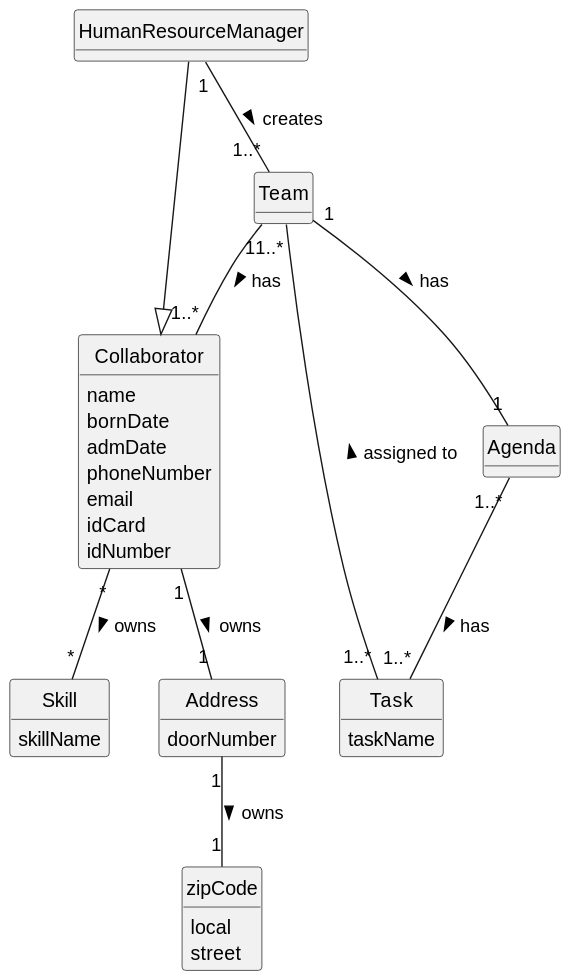
Earlier version of the PlantUML export docs/sprint2/us005/02.analysis/svg/us005-domain-model.svg (1231360-ISEP/lei-24-s2-1db-g021).
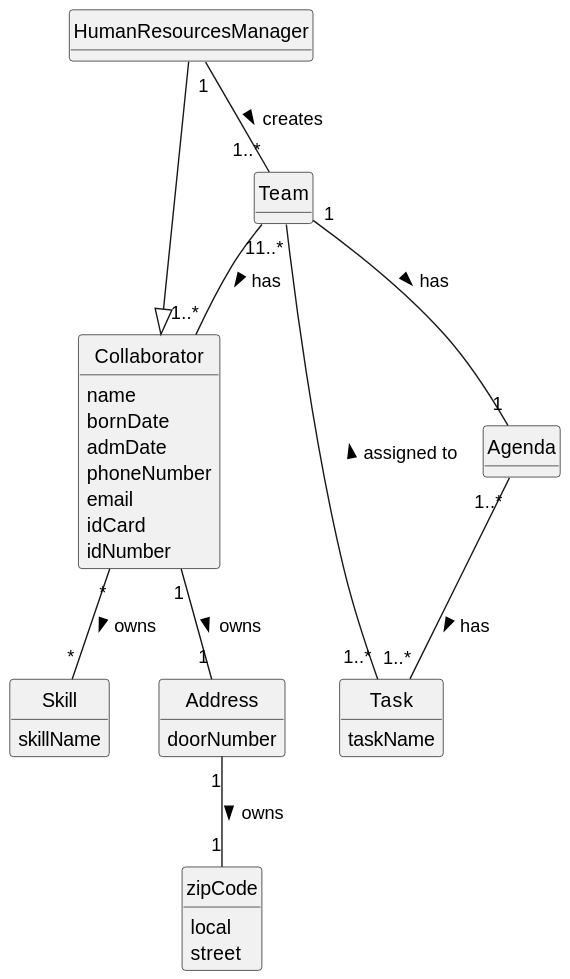
After the commit.

Diff of the diagram source:
```diff
@@ -9,7 +9,7 @@
 hide methods
 
 
-class HumanResourceManager {}
+class HumanResourcesManager {}
 
 class Skill {
     skillName
@@ -40,8 +40,8 @@
 
 class Team {}
 
-HumanResourceManager ---|> Collaborator
-HumanResourceManager "1" -- "1..*" Team : creates >
+HumanResourcesManager ---|> Collaborator
+HumanResourcesManager "1" -- "1..*" Team : creates >
 Collaborator "*" -- "*" Skill : owns >
 Collaborator "1" -- "1" Address: owns >
 Address "1" -- "1" zipCode : owns >
```
